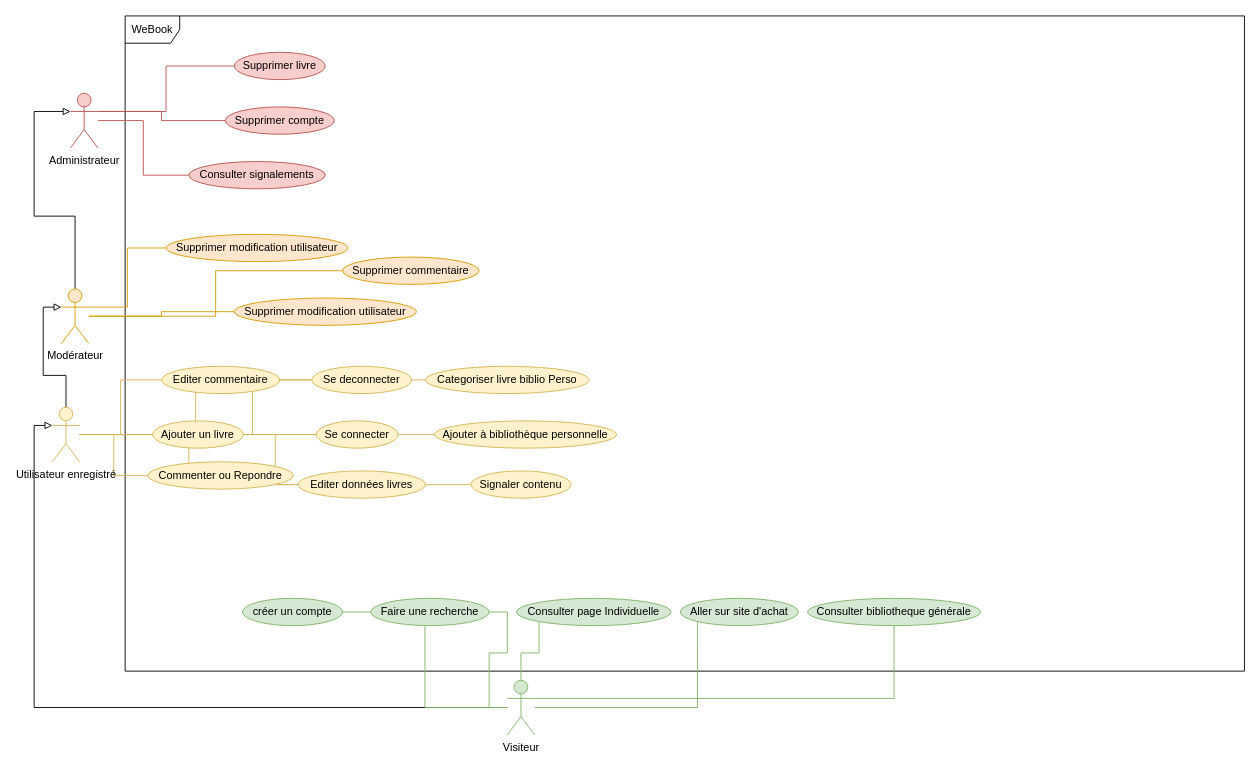
The draw.io diagram page "useCases" (1 of 6) of DrawWeBook.drawio in caminomenorca/Projet-bibliotheque-poec, before the edit. Source tidied: cells renumbered, new cells numbered last; positions are measured from the earlier drawing's top-left corner, leaving out a move shared by most shapes. Both pictures are drawn from the tidied source at 91%, with x=0, y=0 at pixel (34, 15).
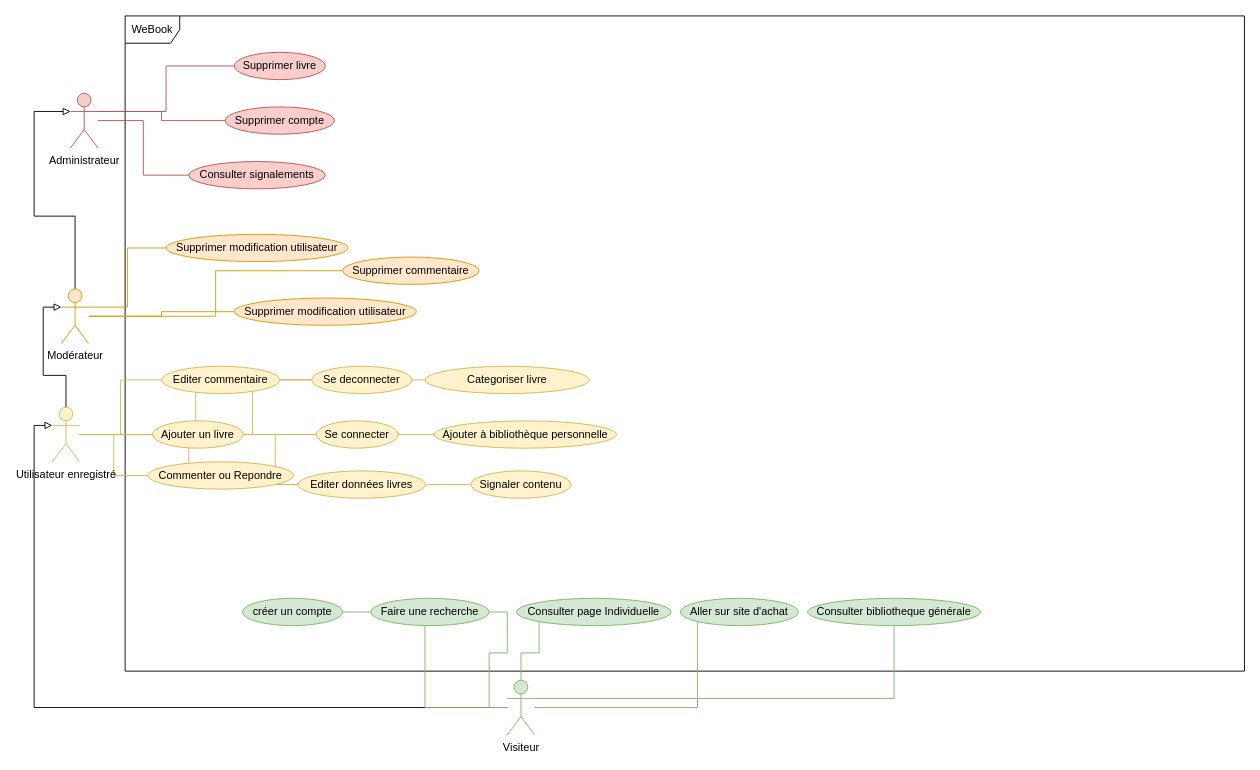
Above is the later version.

Commit message (it also covers changes not shown here):
diagramme de sequence terminé

Change to the diagram source:
```diff
@@
-    <mxCell id="36" value="Categoriser livre biblio Perso" style="ellipse;whiteSpace=wrap;html=1;fillColor=#fff2cc;strokeColor=#d6b656;" parent="1" vertex="1">
+    <mxCell id="36" value="Categoriser livre" style="ellipse;whiteSpace=wrap;html=1;fillColor=#fff2cc;strokeColor=#d6b656;" parent="1" vertex="1">
       <mxGeometry x="430" y="385" width="180" height="30" as="geometry" />
     </mxCell>
```
